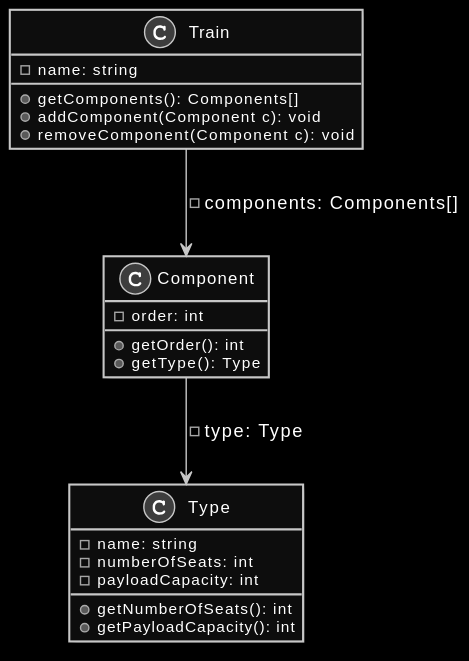
LSVH/hbo-ict-pafr-rich-rail keeps this PlantUML diagram as docs/assets/simpel-klassendiagram.svg. Above is the earlier version.
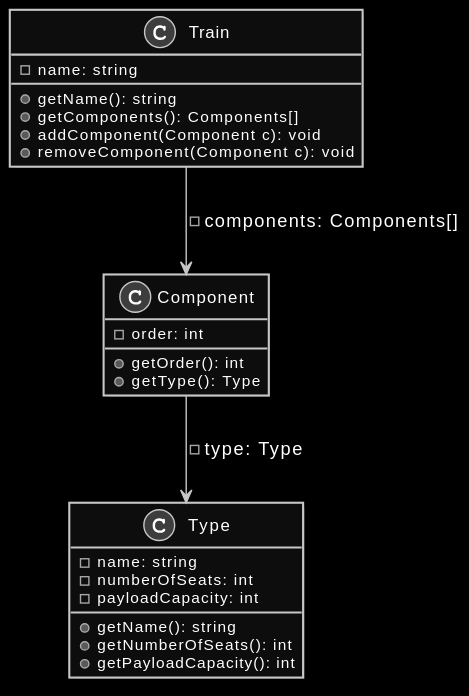
The same diagram one commit later.

Diff of the diagram source:
```diff
@@ -3,6 +3,7 @@
 
 class Train {
   - name: string
+  + getName(): string
   + getComponents(): Components[]
   + addComponent(Component c): void
   + removeComponent(Component c): void
@@ -12,6 +13,7 @@
   - name: string
   - numberOfSeats: int
   - payloadCapacity: int
+  + getName(): string
   + getNumberOfSeats(): int
   + getPayloadCapacity(): int
 }
```
